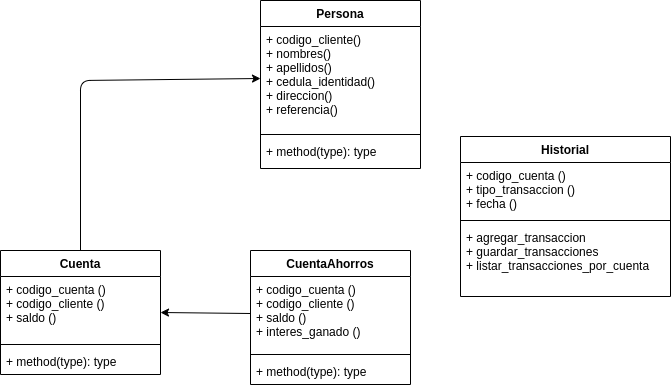
This is diagrama de clases.png from as7haro7/Banco111, a draw.io export, as it was before one commit. Source tidied: cells renumbered, new cells last; positions are measured from the earlier drawing's top-left corner, leaving out a move shared by most shapes. The source it was exported from:
```xml
<mxGraphModel>
  <root>
    <mxCell id="0" />
    <mxCell id="1" parent="0" />
    <mxCell id="2" value="Persona" style="swimlane;fontStyle=1;align=center;verticalAlign=top;horizontal=1;startSize=26;" parent="1" vertex="1">
      <mxGeometry x="260" width="160" height="168" as="geometry" />
    </mxCell>
    <mxCell id="3" value="+ codigo_cliente()&#10;+ nombres()&#10;+ apellidos()&#10;+ cedula_identidad()&#10;+ direccion()&#10;+ referencia()" style="text;strokeColor=none;fillColor=none;align=left;verticalAlign=top;spacingLeft=4;spacingRight=4;overflow=hidden;points=[[0,0.5],[1,0.5]];portConstraint=eastwest;" parent="2" vertex="1">
      <mxGeometry y="26" width="160" height="104" as="geometry" />
    </mxCell>
    <mxCell id="4" style="line;strokeWidth=1;fillColor=none;align=left;verticalAlign=middle;spacingTop=-1;spacingLeft=3;spacingRight=3;labelPosition=right;strokeColor=inherit;" parent="2" vertex="1">
      <mxGeometry y="130" width="160" height="8" as="geometry" />
    </mxCell>
    <mxCell id="5" value="+ method(type): type" style="text;strokeColor=none;fillColor=none;align=left;verticalAlign=top;spacingLeft=4;spacingRight=4;overflow=hidden;" parent="2" vertex="1">
      <mxGeometry y="138" width="160" height="30" as="geometry" />
    </mxCell>
    <mxCell id="6" style="edgeStyle=none;html=1;exitX=0.5;exitY=0;exitDx=0;exitDy=0;entryX=0;entryY=0.5;entryDx=0;entryDy=0;" parent="1" edge="1" source="7" target="3">
      <mxGeometry relative="1" as="geometry">
        <Array as="points">
          <mxPoint x="80" y="80" />
        </Array>
      </mxGeometry>
    </mxCell>
    <mxCell id="7" value="Cuenta" style="swimlane;fontStyle=1;align=center;verticalAlign=top;horizontal=1;startSize=26;" parent="1" vertex="1">
      <mxGeometry y="250" width="160" height="124" as="geometry" />
    </mxCell>
    <mxCell id="8" value="+ codigo_cuenta ()&#10;+ codigo_cliente ()&#10;+ saldo ()" style="text;strokeColor=none;fillColor=none;align=left;verticalAlign=top;spacingLeft=4;spacingRight=4;overflow=hidden;" parent="7" vertex="1">
      <mxGeometry y="26" width="160" height="64" as="geometry" />
    </mxCell>
    <mxCell id="9" style="line;strokeWidth=1;fillColor=none;align=left;verticalAlign=middle;spacingTop=-1;spacingLeft=3;spacingRight=3;labelPosition=right;strokeColor=inherit;" parent="7" vertex="1">
      <mxGeometry y="90" width="160" height="8" as="geometry" />
    </mxCell>
    <mxCell id="10" value="+ method(type): type" style="text;strokeColor=none;fillColor=none;align=left;verticalAlign=top;spacingLeft=4;spacingRight=4;overflow=hidden;" parent="7" vertex="1">
      <mxGeometry y="98" width="160" height="26" as="geometry" />
    </mxCell>
    <mxCell id="11" value="CuentaAhorros" style="swimlane;fontStyle=1;align=center;verticalAlign=top;horizontal=1;startSize=26;" parent="1" vertex="1">
      <mxGeometry x="250" y="250" width="160" height="134" as="geometry" />
    </mxCell>
    <mxCell id="12" value="+ codigo_cuenta ()&#10;+ codigo_cliente ()&#10;+ saldo ()&#10;+ interes_ganado ()" style="text;strokeColor=none;fillColor=none;align=left;verticalAlign=top;spacingLeft=4;spacingRight=4;overflow=hidden;points=[[0,0.5],[1,0.5]];portConstraint=eastwest;" parent="11" vertex="1">
      <mxGeometry y="26" width="160" height="74" as="geometry" />
    </mxCell>
    <mxCell id="13" style="line;strokeWidth=1;fillColor=none;align=left;verticalAlign=middle;spacingTop=-1;spacingLeft=3;spacingRight=3;labelPosition=right;strokeColor=inherit;" parent="11" vertex="1">
      <mxGeometry y="100" width="160" height="8" as="geometry" />
    </mxCell>
    <mxCell id="14" value="+ method(type): type" style="text;strokeColor=none;fillColor=none;align=left;verticalAlign=top;spacingLeft=4;spacingRight=4;overflow=hidden;" parent="11" vertex="1">
      <mxGeometry y="108" width="160" height="26" as="geometry" />
    </mxCell>
    <mxCell id="15" value="Historial" style="swimlane;fontStyle=1;align=center;verticalAlign=top;horizontal=1;startSize=26;" parent="1" vertex="1">
      <mxGeometry x="460" y="136" width="210" height="160" as="geometry" />
    </mxCell>
    <mxCell id="16" value="+ codigo_cuenta ()&#10;+ tipo_transaccion ()&#10;+ fecha ()" style="text;strokeColor=none;fillColor=none;align=left;verticalAlign=top;spacingLeft=4;spacingRight=4;overflow=hidden;" parent="15" vertex="1">
      <mxGeometry y="26" width="210" height="54" as="geometry" />
    </mxCell>
    <mxCell id="17" style="line;strokeWidth=1;fillColor=none;align=left;verticalAlign=middle;spacingTop=-1;spacingLeft=3;spacingRight=3;labelPosition=right;strokeColor=inherit;" parent="15" vertex="1">
      <mxGeometry y="80" width="210" height="8" as="geometry" />
    </mxCell>
    <mxCell id="18" value="+ agregar_transaccion&#10;+ guardar_transacciones&#10;+ listar_transacciones_por_cuenta&#10;" style="text;strokeColor=none;fillColor=none;align=left;verticalAlign=top;spacingLeft=4;spacingRight=4;overflow=hidden;" parent="15" vertex="1">
      <mxGeometry y="88" width="210" height="72" as="geometry" />
    </mxCell>
    <mxCell id="19" style="edgeStyle=none;html=1;exitX=0;exitY=0.5;exitDx=0;exitDy=0;entryX=1;entryY=0.5;entryDx=0;entryDy=0;" parent="1" edge="1" source="12" target="7">
      <mxGeometry relative="1" as="geometry" />
    </mxCell>
  </root>
</mxGraphModel>
```
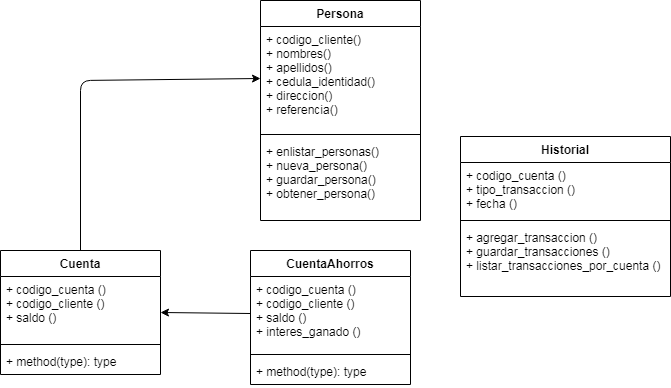
After the commit.

Diff of the diagram source:
```diff
@@ -3,7 +3,7 @@
     <mxCell id="0" />
     <mxCell id="1" parent="0" />
     <mxCell id="2" value="Persona" style="swimlane;fontStyle=1;align=center;verticalAlign=top;horizontal=1;startSize=26;" parent="1" vertex="1">
-      <mxGeometry x="260" width="160" height="168" as="geometry" />
+      <mxGeometry x="260" width="160" height="220" as="geometry" />
     </mxCell>
     <mxCell id="3" value="+ codigo_cliente()&#10;+ nombres()&#10;+ apellidos()&#10;+ cedula_identidad()&#10;+ direccion()&#10;+ referencia()" style="text;strokeColor=none;fillColor=none;align=left;verticalAlign=top;spacingLeft=4;spacingRight=4;overflow=hidden;points=[[0,0.5],[1,0.5]];portConstraint=eastwest;" parent="2" vertex="1">
       <mxGeometry y="26" width="160" height="104" as="geometry" />
@@ -11,8 +11,8 @@
     <mxCell id="4" style="line;strokeWidth=1;fillColor=none;align=left;verticalAlign=middle;spacingTop=-1;spacingLeft=3;spacingRight=3;labelPosition=right;strokeColor=inherit;" parent="2" vertex="1">
       <mxGeometry y="130" width="160" height="8" as="geometry" />
     </mxCell>
-    <mxCell id="5" value="+ method(type): type" style="text;strokeColor=none;fillColor=none;align=left;verticalAlign=top;spacingLeft=4;spacingRight=4;overflow=hidden;" parent="2" vertex="1">
-      <mxGeometry y="138" width="160" height="30" as="geometry" />
+    <mxCell id="5" value="+ enlistar_personas()&#10;+ nueva_persona()&#10;+ guardar_persona()&#10;+ obtener_persona()&#10;" style="text;strokeColor=none;fillColor=none;align=left;verticalAlign=top;spacingLeft=4;spacingRight=4;overflow=hidden;" parent="2" vertex="1">
+      <mxGeometry y="138" width="160" height="82" as="geometry" />
     </mxCell>
     <mxCell id="6" style="edgeStyle=none;html=1;exitX=0.5;exitY=0;exitDx=0;exitDy=0;entryX=0;entryY=0.5;entryDx=0;entryDy=0;" parent="1" edge="1" source="7" target="3">
       <mxGeometry relative="1" as="geometry">
@@ -54,7 +54,7 @@
     <mxCell id="17" style="line;strokeWidth=1;fillColor=none;align=left;verticalAlign=middle;spacingTop=-1;spacingLeft=3;spacingRight=3;labelPosition=right;strokeColor=inherit;" parent="15" vertex="1">
       <mxGeometry y="80" width="210" height="8" as="geometry" />
     </mxCell>
-    <mxCell id="18" value="+ agregar_transaccion&#10;+ guardar_transacciones&#10;+ listar_transacciones_por_cuenta&#10;" style="text;strokeColor=none;fillColor=none;align=left;verticalAlign=top;spacingLeft=4;spacingRight=4;overflow=hidden;" parent="15" vertex="1">
+    <mxCell id="18" value="+ agregar_transaccion ()&#10;+ guardar_transacciones ()&#10;+ listar_transacciones_por_cuenta ()" style="text;strokeColor=none;fillColor=none;align=left;verticalAlign=top;spacingLeft=4;spacingRight=4;overflow=hidden;" parent="15" vertex="1">
       <mxGeometry y="88" width="210" height="72" as="geometry" />
     </mxCell>
     <mxCell id="19" style="edgeStyle=none;html=1;exitX=0;exitY=0.5;exitDx=0;exitDy=0;entryX=1;entryY=0.5;entryDx=0;entryDy=0;" parent="1" edge="1" source="12" target="7">
```
